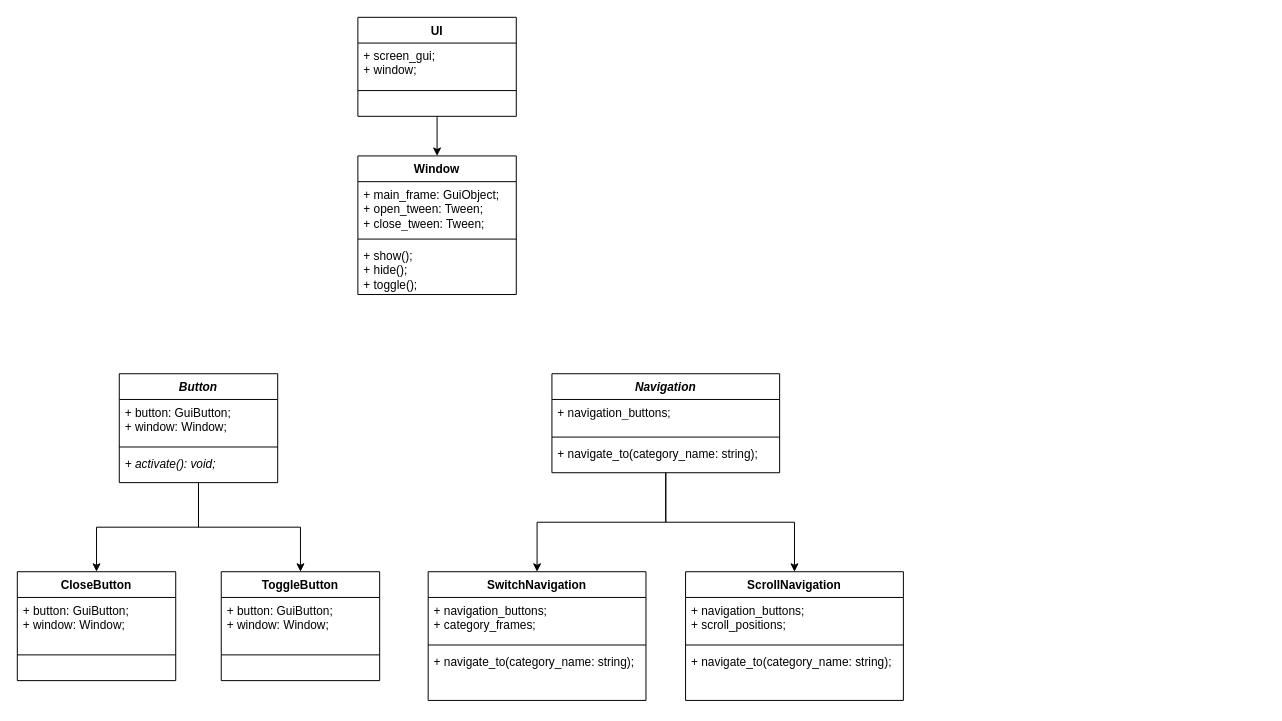
Earlier version of the draw.io diagram UI_Manager.drawio (olimaly/Diagrams). Source tidied: cells renumbered, new cells numbered last; positions are measured from the earlier drawing's top-left corner, leaving out a move shared by most shapes. Both pictures are drawn from the tidied source at 99%, with x=0, y=0 at pixel (17, 17).
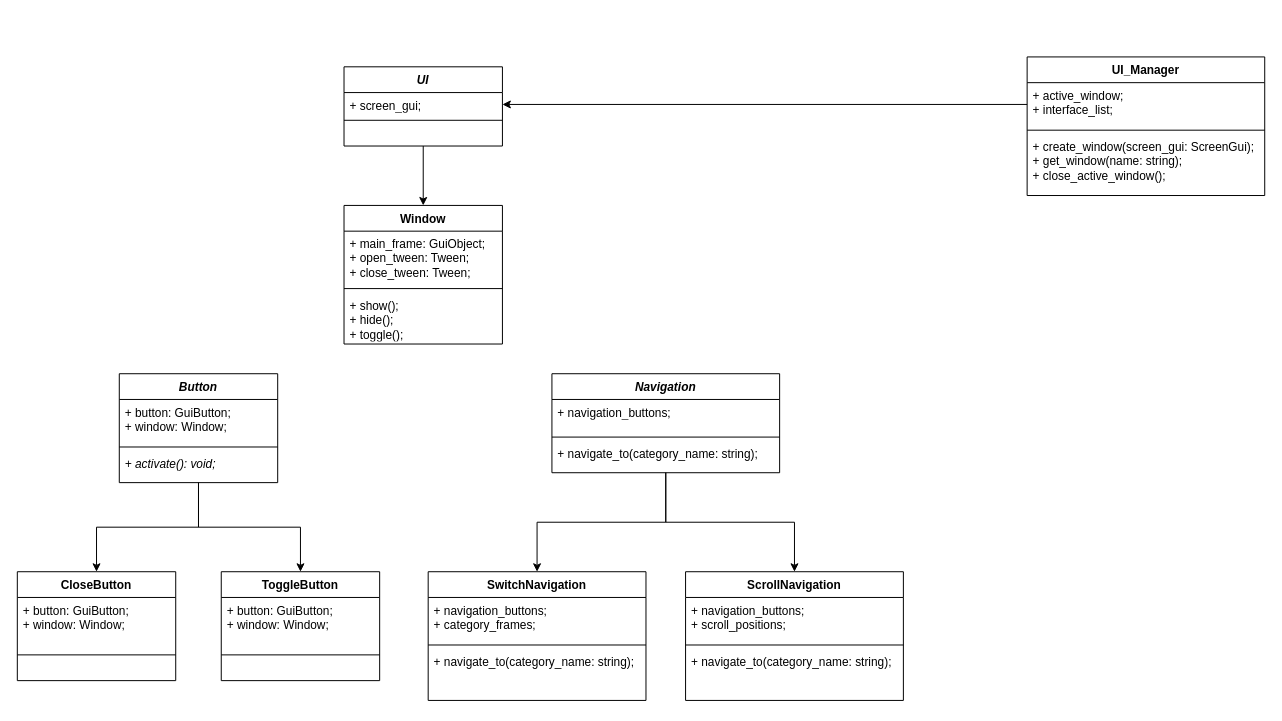
The same page after the edit.

Diff of the diagram source:
```diff
@@
-    <mxCell id="3" value="UI" style="swimlane;fontStyle=1;align=center;verticalAlign=top;horizontal=1;startSize=26;whiteSpace=wrap;html=1;" parent="1" vertex="1">
-      <mxGeometry x="344" width="160" height="100" as="geometry" />
+    <mxCell id="3" value="&lt;i&gt;UI&lt;/i&gt;" style="swimlane;fontStyle=1;align=center;verticalAlign=top;horizontal=1;startSize=26;whiteSpace=wrap;html=1;" parent="1" vertex="1">
+      <mxGeometry x="330" y="50" width="160" height="80" as="geometry" />
     </mxCell>
-    <mxCell id="4" value="&lt;div&gt;+ screen_gui;&lt;/div&gt;+&amp;nbsp;&lt;span style=&quot;background-color: initial;&quot;&gt;window;&lt;/span&gt;" style="text;strokeColor=none;fillColor=none;align=left;verticalAlign=top;spacingLeft=4;spacingRight=4;overflow=hidden;points=[[0,0.5],[1,0.5]];portConstraint=eastwest;whiteSpace=wrap;html=1;" parent="3" vertex="1">
-      <mxGeometry y="26" width="160" height="44" as="geometry" />
+    <mxCell id="4" value="&lt;div&gt;+ screen_gui;&lt;/div&gt;" style="text;strokeColor=none;fillColor=none;align=left;verticalAlign=top;spacingLeft=4;spacingRight=4;overflow=hidden;points=[[0,0.5],[1,0.5]];portConstraint=eastwest;whiteSpace=wrap;html=1;" parent="3" vertex="1">
+      <mxGeometry y="26" width="160" height="24" as="geometry" />
     </mxCell>
     <mxCell id="5" style="line;strokeWidth=1;fillColor=none;align=left;verticalAlign=middle;spacingTop=-1;spacingLeft=3;spacingRight=3;labelPosition=right;strokeColor=inherit;" parent="3" vertex="1">
-      <mxGeometry y="70" width="160" height="8" as="geometry" />
+      <mxGeometry y="50" width="160" height="8" as="geometry" />
     </mxCell>
     <mxCell id="6" value="&lt;div&gt;&lt;br&gt;&lt;/div&gt;&lt;div&gt;&lt;br&gt;&lt;/div&gt;" style="text;strokeColor=none;fillColor=none;align=left;verticalAlign=top;spacingLeft=4;spacingRight=4;overflow=hidden;whiteSpace=wrap;html=1;" parent="3" vertex="1">
-      <mxGeometry y="78" width="160" height="22" as="geometry" />
+      <mxGeometry y="58" width="160" height="22" as="geometry" />
     </mxCell>
     <mxCell id="7" value="Window" style="swimlane;fontStyle=1;align=center;verticalAlign=top;horizontal=1;startSize=26;whiteSpace=wrap;html=1;" parent="1" vertex="1">
-      <mxGeometry x="344" y="140" width="160" height="140" as="geometry" />
+      <mxGeometry x="330" y="190" width="160" height="140" as="geometry" />
     </mxCell>
@@
+    <mxCell id="39" value="UI_Manager" style="swimlane;fontStyle=1;align=center;verticalAlign=top;horizontal=1;startSize=26;whiteSpace=wrap;html=1;" parent="1" vertex="1">
+      <mxGeometry x="1020" y="40" width="240" height="140" as="geometry" />
+    </mxCell>
+    <mxCell id="40" value="&lt;div&gt;+ active_window;&lt;/div&gt;&lt;div&gt;+ interface_list;&lt;/div&gt;" style="text;strokeColor=none;fillColor=none;align=left;verticalAlign=top;spacingLeft=4;spacingRight=4;overflow=hidden;points=[[0,0.5],[1,0.5]];portConstraint=eastwest;whiteSpace=wrap;html=1;" parent="39" vertex="1">
+      <mxGeometry y="26" width="240" height="44" as="geometry" />
+    </mxCell>
+    <mxCell id="41" style="line;strokeWidth=1;fillColor=none;align=left;verticalAlign=middle;spacingTop=-1;spacingLeft=3;spacingRight=3;labelPosition=right;strokeColor=inherit;" parent="39" vertex="1">
+      <mxGeometry y="70" width="240" height="8" as="geometry" />
+    </mxCell>
+    <mxCell id="42" value="&lt;div&gt;+ create_window(screen_gui: ScreenGui);&lt;/div&gt;&lt;div&gt;+ get_window(name: string);&lt;/div&gt;&lt;div&gt;+ close_active_window();&lt;/div&gt;" style="text;strokeColor=none;fillColor=none;align=left;verticalAlign=top;spacingLeft=4;spacingRight=4;overflow=hidden;whiteSpace=wrap;html=1;" parent="39" vertex="1">
+      <mxGeometry y="78" width="240" height="62" as="geometry" />
+    </mxCell>
+    <mxCell id="43" style="edgeStyle=orthogonalEdgeStyle;rounded=0;jettySize=auto;html=1;entryX=1;entryY=0.5;entryDx=0;entryDy=0;" parent="1" edge="1" source="40" target="4">
+      <mxGeometry relative="1" as="geometry" />
+    </mxCell>
```
